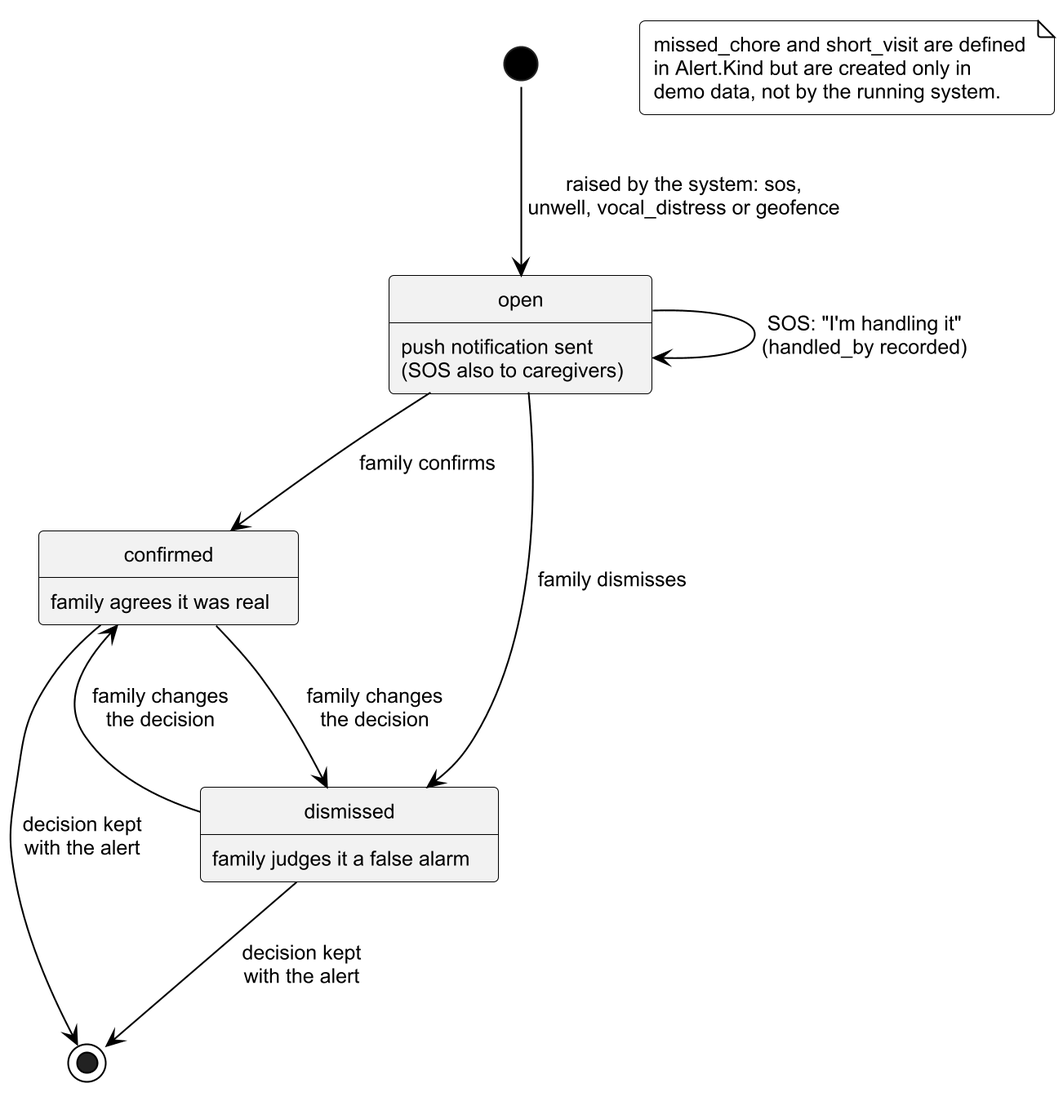
alvviinn/Mzazicare keeps this PlantUML diagram as docs/diagrams/fig4_13_state_alert.png. Above is the earlier version.
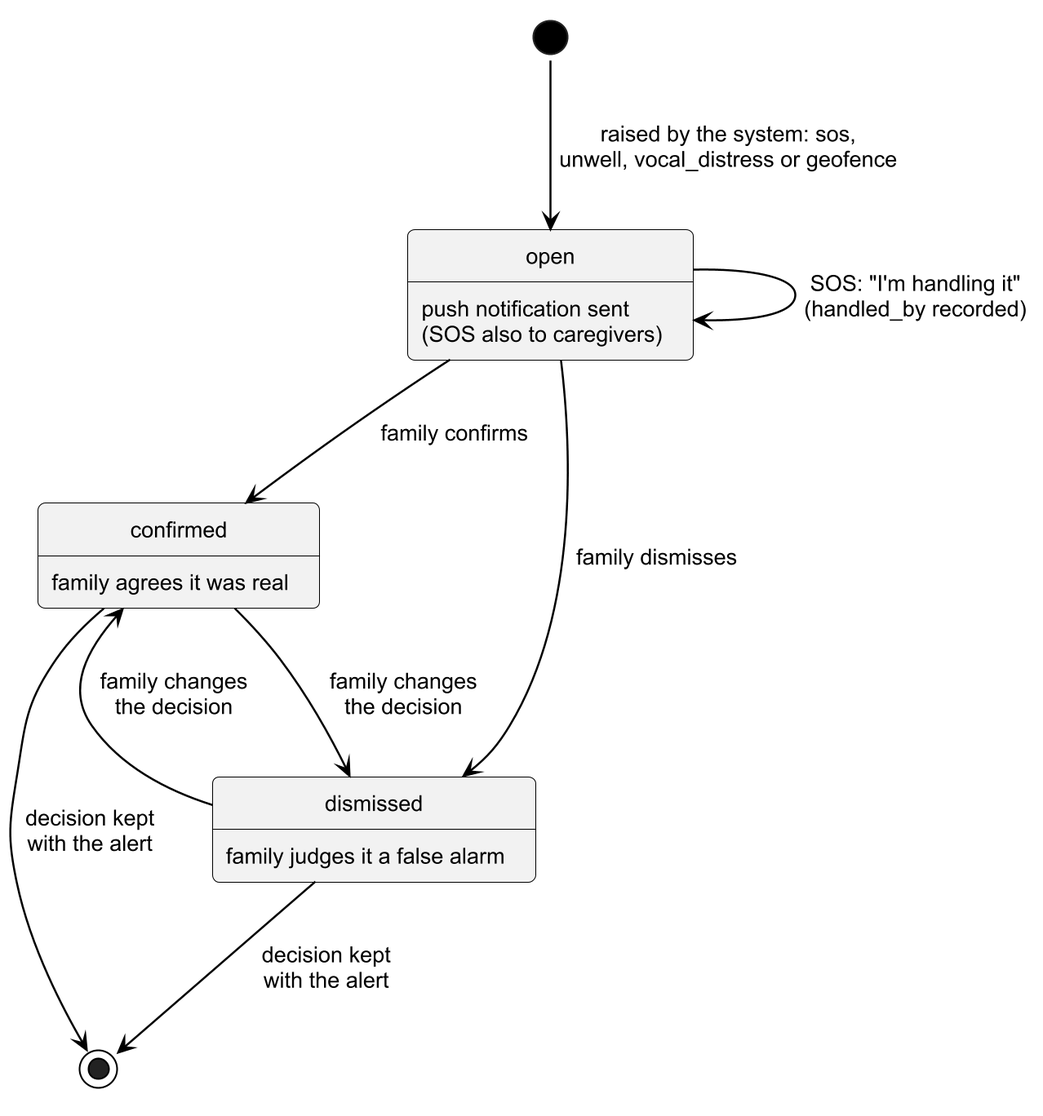
Above is the later version.

Change to the diagram source:
```diff
@@ -17,5 +17,4 @@
 Confirmed --> [*] : decision kept\nwith the alert
 Dismissed --> [*] : decision kept\nwith the alert
 
-note "missed_chore and short_visit are defined\nin Alert.Kind but are created only in\ndemo data, not by the running system." as N1
 @enduml
```
